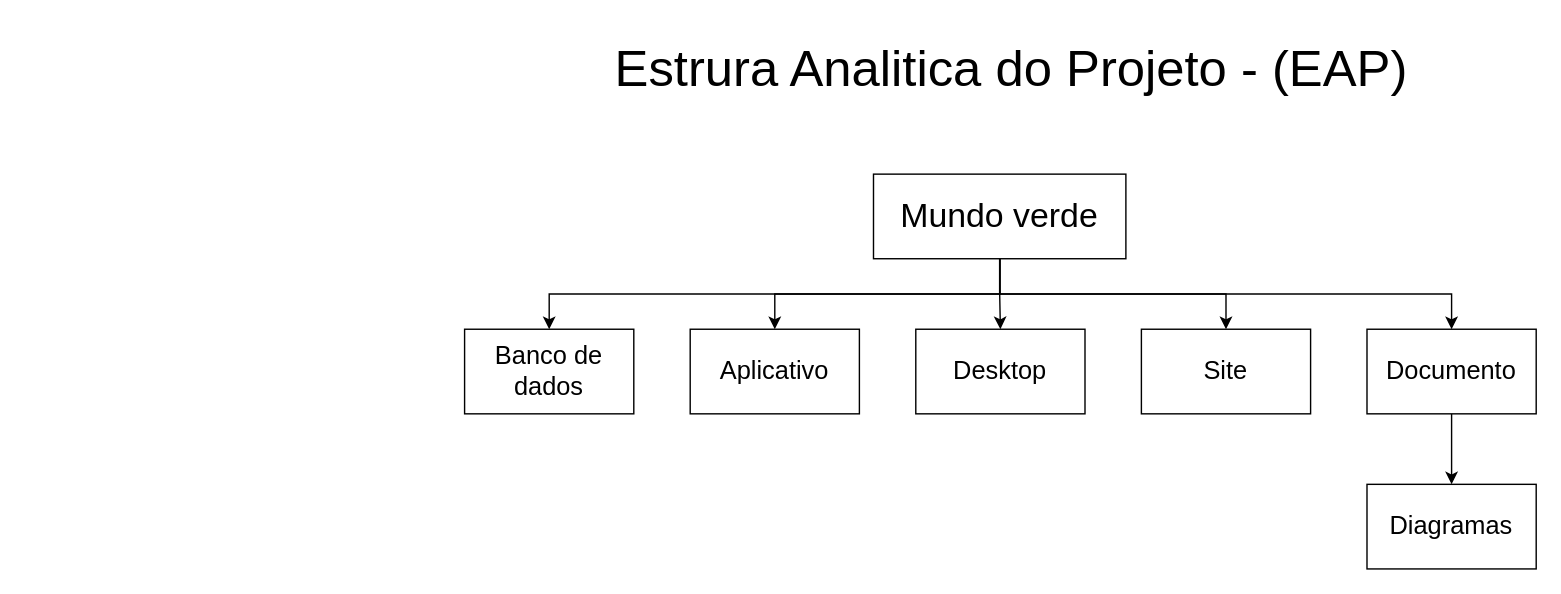
Thiago163/Mundo_verde keeps this draw.io diagram as EAP.drawio. Above is the earlier version. Source tidied: cells renumbered, new cells numbered last; positions are measured from the earlier drawing's top-left corner, leaving out a move shared by most shapes. Both pictures are drawn from the tidied source at 141%, with x=0, y=0 at pixel (464, 47).
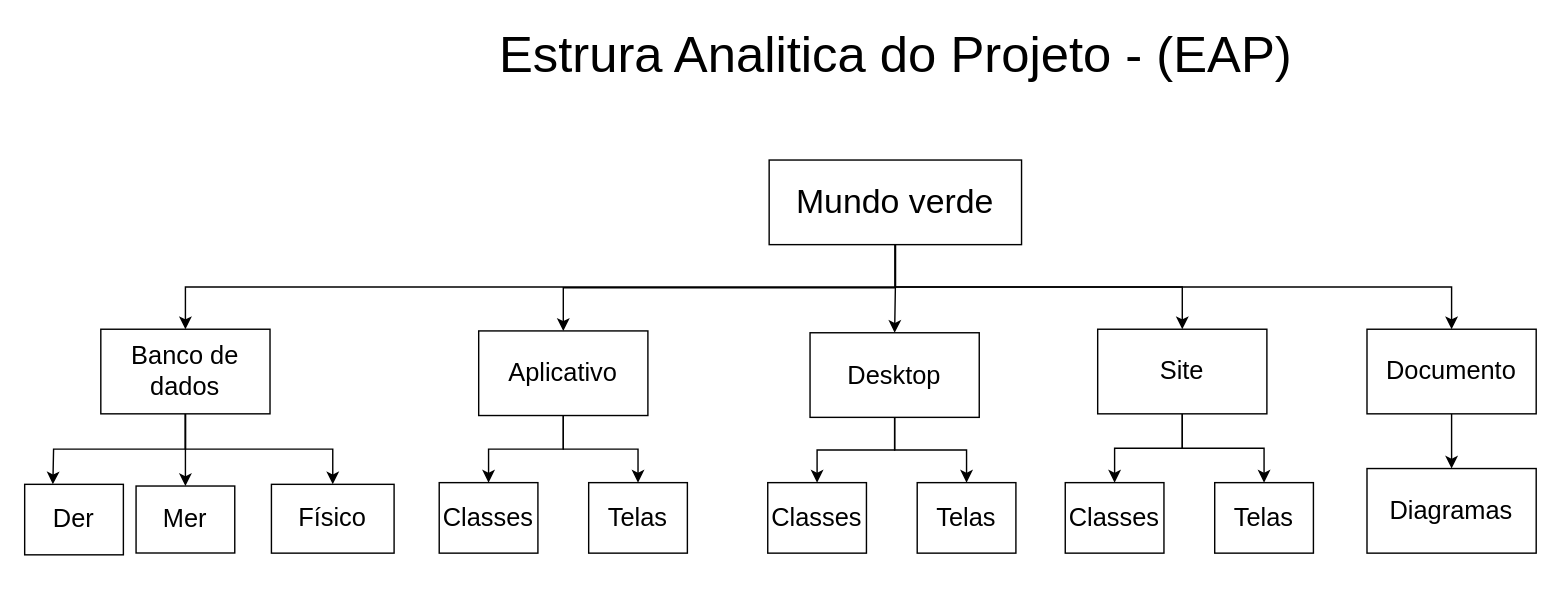
After the change.

The edit, as a diff of the source:
```diff
@@
     <mxCell id="7" value="&lt;font style=&quot;font-size: 24px;&quot;&gt;Mundo verde&lt;/font&gt;" style="rounded=0;whiteSpace=wrap;html=1;" parent="1" vertex="1">
-      <mxGeometry x="290" y="90" width="179" height="60" as="geometry" />
+      <mxGeometry x="216" y="80" width="179" height="60" as="geometry" />
     </mxCell>
+    <mxCell id="16" style="edgeStyle=orthogonalEdgeStyle;rounded=0;jettySize=auto;html=1;exitX=0.5;exitY=1;exitDx=0;exitDy=0;entryX=0.5;entryY=0;entryDx=0;entryDy=0;" parent="1" edge="1" source="8" target="28">
+      <mxGeometry relative="1" as="geometry" />
+    </mxCell>
+    <mxCell id="17" style="edgeStyle=orthogonalEdgeStyle;rounded=0;jettySize=auto;html=1;exitX=0.5;exitY=1;exitDx=0;exitDy=0;entryX=0.5;entryY=0;entryDx=0;entryDy=0;" parent="1" edge="1" source="8" target="29">
+      <mxGeometry relative="1" as="geometry" />
+    </mxCell>
     <mxCell id="8" value="&lt;font style=&quot;font-size: 18px;&quot;&gt;Aplicativo&lt;/font&gt;" style="rounded=0;whiteSpace=wrap;html=1;" parent="1" vertex="1">
-      <mxGeometry x="160" y="200" width="120" height="60" as="geometry" />
+      <mxGeometry x="10" y="201.2" width="120" height="60" as="geometry" />
     </mxCell>
+    <mxCell id="18" style="edgeStyle=orthogonalEdgeStyle;rounded=0;jettySize=auto;html=1;exitX=0.5;exitY=1;exitDx=0;exitDy=0;" parent="1" edge="1" source="9" target="30">
+      <mxGeometry relative="1" as="geometry" />
+    </mxCell>
+    <mxCell id="19" style="edgeStyle=orthogonalEdgeStyle;rounded=0;jettySize=auto;html=1;exitX=0.5;exitY=1;exitDx=0;exitDy=0;entryX=0.5;entryY=0;entryDx=0;entryDy=0;" parent="1" edge="1" source="9" target="31">
+      <mxGeometry relative="1" as="geometry" />
+    </mxCell>
     <mxCell id="9" value="&lt;font style=&quot;font-size: 18px;&quot;&gt;Desktop&lt;/font&gt;" style="rounded=0;whiteSpace=wrap;html=1;" parent="1" vertex="1">
-      <mxGeometry x="320" y="200" width="120" height="60" as="geometry" />
+      <mxGeometry x="245" y="202.5" width="120" height="60" as="geometry" />
     </mxCell>
+    <mxCell id="20" style="edgeStyle=orthogonalEdgeStyle;rounded=0;jettySize=auto;html=1;exitX=0.5;exitY=1;exitDx=0;exitDy=0;" parent="1" edge="1" source="10" target="32">
+      <mxGeometry relative="1" as="geometry" />
+    </mxCell>
+    <mxCell id="21" style="edgeStyle=orthogonalEdgeStyle;rounded=0;jettySize=auto;html=1;exitX=0.5;exitY=1;exitDx=0;exitDy=0;entryX=0.5;entryY=0;entryDx=0;entryDy=0;" parent="1" edge="1" source="10" target="33">
+      <mxGeometry relative="1" as="geometry" />
+    </mxCell>
     <mxCell id="10" value="&lt;span style=&quot;font-size: 18px;&quot;&gt;Site&lt;/span&gt;" style="rounded=0;whiteSpace=wrap;html=1;" parent="1" vertex="1">
-      <mxGeometry x="480" y="200" width="120" height="60" as="geometry" />
+      <mxGeometry x="449" y="200" width="120" height="60" as="geometry" />
     </mxCell>
     <mxCell id="11" value="&lt;font style=&quot;font-size: 36px;&quot;&gt;Estrura Analitica do Projeto - (EAP)&lt;/font&gt;" style="text;html=1;align=center;verticalAlign=middle;whiteSpace=wrap;rounded=0;" parent="1" vertex="1">
-      <mxGeometry x="103" width="570" height="30" as="geometry" />
+      <mxGeometry x="20.5" y="-10" width="570" height="30" as="geometry" />
     </mxCell>
@@
     <mxCell id="14" value="&lt;span style=&quot;font-size: 18px;&quot;&gt;Diagramas&lt;/span&gt;" style="rounded=0;whiteSpace=wrap;html=1;" parent="1" vertex="1">
-      <mxGeometry x="640" y="310" width="120" height="60" as="geometry" />
+      <mxGeometry x="640" y="298.8" width="120" height="60" as="geometry" />
     </mxCell>
+    <mxCell id="22" style="edgeStyle=orthogonalEdgeStyle;rounded=0;jettySize=auto;html=1;exitX=0.5;exitY=1;exitDx=0;exitDy=0;entryX=0.5;entryY=0;entryDx=0;entryDy=0;" parent="1" edge="1" source="15">
+      <mxGeometry relative="1" as="geometry">
+        <mxPoint x="-292" y="310" as="targetPoint" />
+      </mxGeometry>
+    </mxCell>
+    <mxCell id="23" style="edgeStyle=orthogonalEdgeStyle;rounded=0;jettySize=auto;html=1;exitX=0.5;exitY=1;exitDx=0;exitDy=0;entryX=0.5;entryY=0;entryDx=0;entryDy=0;" parent="1" edge="1" source="15" target="26">
+      <mxGeometry relative="1" as="geometry" />
+    </mxCell>
+    <mxCell id="24" style="edgeStyle=orthogonalEdgeStyle;rounded=0;jettySize=auto;html=1;exitX=0.5;exitY=1;exitDx=0;exitDy=0;entryX=0.5;entryY=0;entryDx=0;entryDy=0;" parent="1" edge="1" source="15" target="27">
+      <mxGeometry relative="1" as="geometry" />
+    </mxCell>
     <mxCell id="15" value="&lt;font style=&quot;font-size: 18px;&quot;&gt;Banco de dados&lt;/font&gt;" style="rounded=0;whiteSpace=wrap;html=1;" parent="1" vertex="1">
-      <mxGeometry y="200" width="120" height="60" as="geometry" />
+      <mxGeometry x="-258" y="200" width="120" height="60" as="geometry" />
     </mxCell>
+    <mxCell id="25" value="&lt;span style=&quot;font-size: 18px;&quot;&gt;Der&lt;/span&gt;" style="rounded=0;whiteSpace=wrap;html=1;" parent="1" vertex="1">
+      <mxGeometry x="-312" y="310" width="70" height="50" as="geometry" />
+    </mxCell>
+    <mxCell id="26" value="&lt;span style=&quot;font-size: 18px;&quot;&gt;Mer&lt;/span&gt;" style="rounded=0;whiteSpace=wrap;html=1;" parent="1" vertex="1">
+      <mxGeometry x="-233" y="311.2" width="70" height="47.5" as="geometry" />
+    </mxCell>
+    <mxCell id="27" value="&lt;span style=&quot;font-size: 18px;&quot;&gt;Físico&lt;/span&gt;" style="rounded=0;whiteSpace=wrap;html=1;" parent="1" vertex="1">
+      <mxGeometry x="-137" y="310" width="87" height="48.8" as="geometry" />
+    </mxCell>
+    <mxCell id="28" value="&lt;span style=&quot;font-size: 18px;&quot;&gt;Classes&lt;/span&gt;" style="rounded=0;whiteSpace=wrap;html=1;" parent="1" vertex="1">
+      <mxGeometry x="-18" y="308.8" width="70" height="50" as="geometry" />
+    </mxCell>
+    <mxCell id="29" value="&lt;span style=&quot;font-size: 18px;&quot;&gt;Telas&lt;/span&gt;" style="rounded=0;whiteSpace=wrap;html=1;" parent="1" vertex="1">
+      <mxGeometry x="88" y="308.8" width="70" height="50" as="geometry" />
+    </mxCell>
+    <mxCell id="30" value="&lt;span style=&quot;font-size: 18px;&quot;&gt;Classes&lt;/span&gt;" style="rounded=0;whiteSpace=wrap;html=1;" parent="1" vertex="1">
+      <mxGeometry x="215" y="308.8" width="70" height="50" as="geometry" />
+    </mxCell>
+    <mxCell id="31" value="&lt;span style=&quot;font-size: 18px;&quot;&gt;Telas&lt;/span&gt;" style="rounded=0;whiteSpace=wrap;html=1;" parent="1" vertex="1">
+      <mxGeometry x="321" y="308.8" width="70" height="50" as="geometry" />
+    </mxCell>
+    <mxCell id="32" value="&lt;span style=&quot;font-size: 18px;&quot;&gt;Classes&lt;/span&gt;" style="rounded=0;whiteSpace=wrap;html=1;" parent="1" vertex="1">
+      <mxGeometry x="426" y="308.8" width="70" height="50" as="geometry" />
+    </mxCell>
+    <mxCell id="33" value="&lt;span style=&quot;font-size: 18px;&quot;&gt;Telas&lt;/span&gt;" style="rounded=0;whiteSpace=wrap;html=1;" parent="1" vertex="1">
+      <mxGeometry x="532" y="308.8" width="70" height="50" as="geometry" />
+    </mxCell>
```
